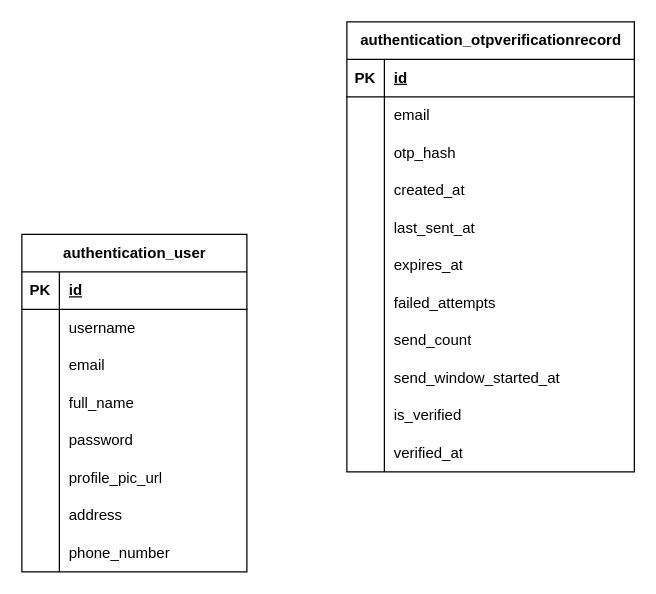
Above: page "Authentication" (4 of 5) of diagrams/e-commerce-entity-relationship-diagram.drawio in RHILIUS/E-Commerce-Docs (draw.io), before the change. Source tidied: cells renumbered, new cells numbered last; positions are measured from the earlier drawing's top-left corner, leaving out a move shared by most shapes. Both pictures are drawn from the tidied source at 125%, with x=0, y=0 at pixel (21, 21).
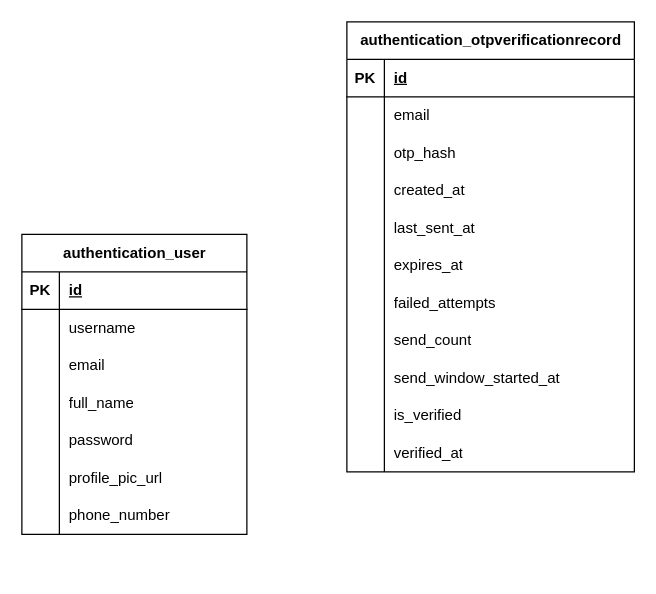
After the change.

Commit message (it also covers changes not shown here):
feat(erd-auth): remove address field on authentication-user

What changed in the source:
```diff
@@
     <mxCell id="36" value="&lt;font style=&quot;color: rgb(0, 0, 0);&quot;&gt;authentication_user&lt;/font&gt;" style="shape=table;startSize=30;childLayout=tableLayout;rowLines=0;fontStyle=1;align=center;html=1;" parent="1" vertex="1">
-      <mxGeometry y="170" width="180" height="270" as="geometry" />
+      <mxGeometry y="170" width="180" height="240" as="geometry" />
     </mxCell>
@@
-    <mxCell id="55" style="shape=tableRow;horizontal=0;startSize=0;swimlaneHead=0;swimlaneBody=0;fillColor=none;top=0;left=0;right=0;bottom=0;" parent="36" vertex="1">
-      <mxGeometry y="210" width="180" height="30" as="geometry" />
-    </mxCell>
-    <mxCell id="56" style="shape=partialRectangle;fillColor=none;top=0;left=0;bottom=0;right=0;overflow=hidden;whiteSpace=wrap;html=1;" parent="55" vertex="1">
-      <mxGeometry width="30" height="30" as="geometry" />
-    </mxCell>
-    <mxCell id="57" value="address" style="shape=partialRectangle;fillColor=none;top=0;left=0;bottom=0;right=0;align=left;spacingLeft=6;overflow=hidden;whiteSpace=wrap;html=1;" parent="55" vertex="1">
-      <mxGeometry x="30" width="150" height="30" as="geometry" />
-    </mxCell>
     <mxCell id="58" style="shape=tableRow;horizontal=0;startSize=0;swimlaneHead=0;swimlaneBody=0;fillColor=none;top=0;left=0;right=0;bottom=0;" parent="36" vertex="1">
-      <mxGeometry y="240" width="180" height="30" as="geometry" />
+      <mxGeometry y="210" width="180" height="30" as="geometry" />
     </mxCell>
```
